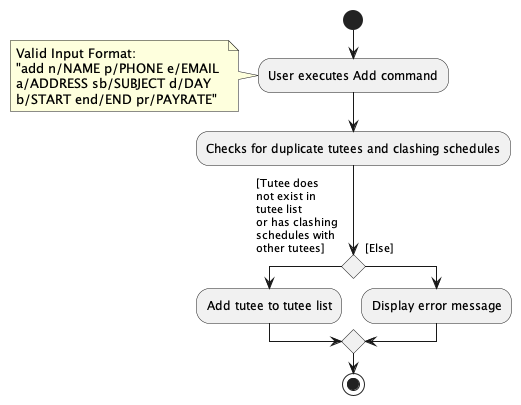
This is docs/images/AddActivityDiagram.png from nus-cs2103-AY2324S1/tp, a PlantUML export, as it was before one commit.
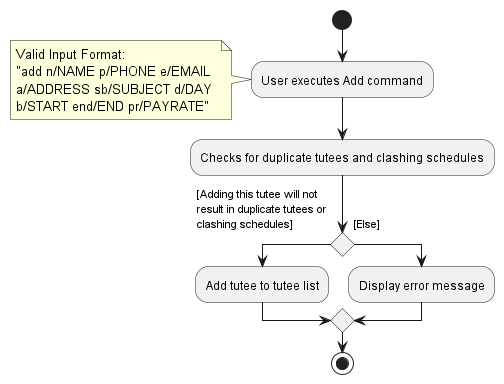
Above is the later version.

The edit, as a diff of the source:
```diff
@@ -5,7 +5,7 @@
 :User executes Add command;
 note :Valid Input Format: \n"add n/NAME p/PHONE e/EMAIL \na/ADDRESS sb/SUBJECT d/DAY \nb/START end/END pr/PAYRATE"
 :Checks for duplicate tutees and clashing schedules;
-if () then ([Tutee does\nnot exist in\ntutee list\nor has clashing \nschedules with \nother tutees]\n)
+if () then ([Adding this tutee will not \nresult in duplicate tutees or \nclashing schedules]\n)
   :Add tutee to tutee list;
 
 else ([Else]\n)
```
